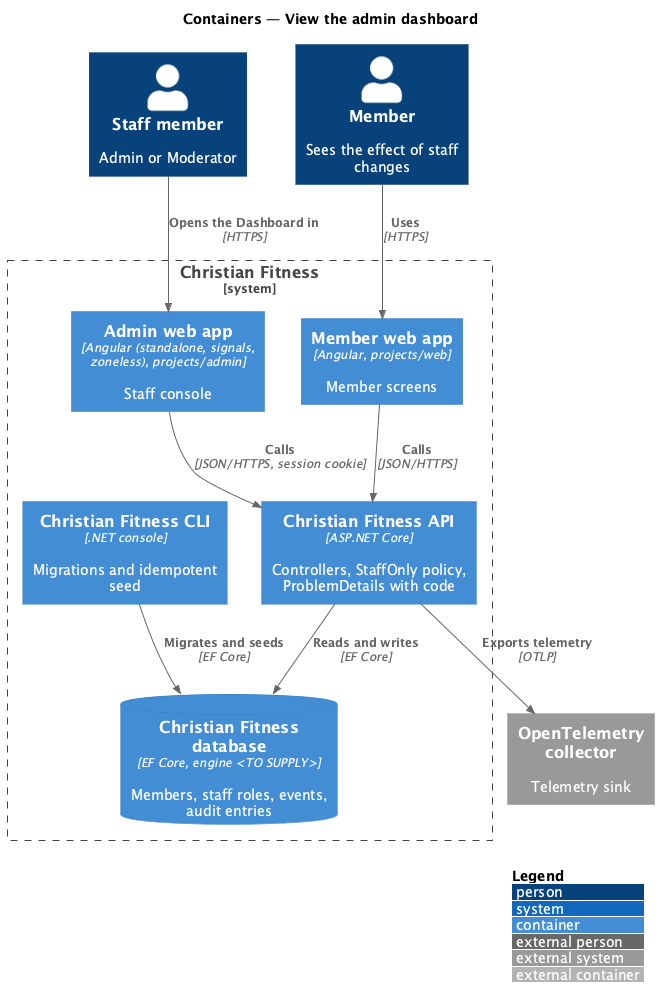
The PlantUML diagram docs/detailed-designs/admin-dashboard/view-dashboard/diagrams/c4-container.png in QuinntyneBrown/christian-fitness, before a commit.
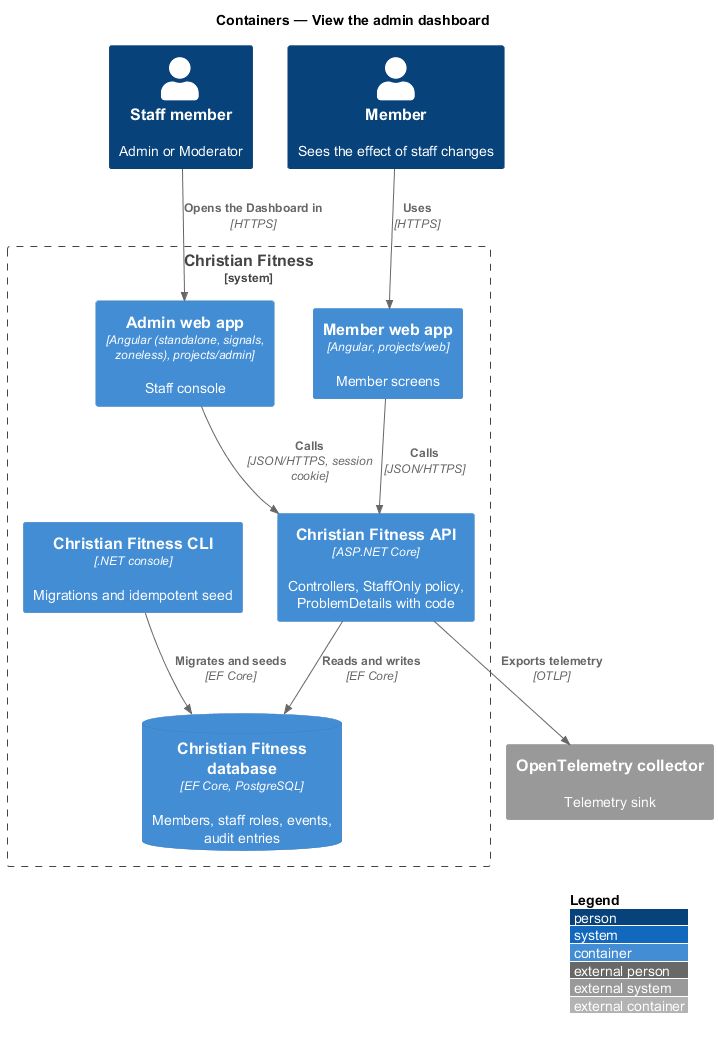
The same file after the commit.

Change to the diagram source:
```diff
@@ -10,7 +10,7 @@
   Container(web, "Member web app", "Angular, projects/web", "Member screens")
   Container(api, "Christian Fitness API", "ASP.NET Core", "Controllers, StaffOnly policy, ProblemDetails with code")
   Container(cli, "Christian Fitness CLI", ".NET console", "Migrations and idempotent seed")
-  ContainerDb(db, "Christian Fitness database", "EF Core, engine <TO SUPPLY>", "Members, staff roles, events, audit entries")
+  ContainerDb(db, "Christian Fitness database", "EF Core, PostgreSQL", "Members, staff roles, events, audit entries")
 }
 System_Ext(otel, "OpenTelemetry collector", "Telemetry sink")
 
```
